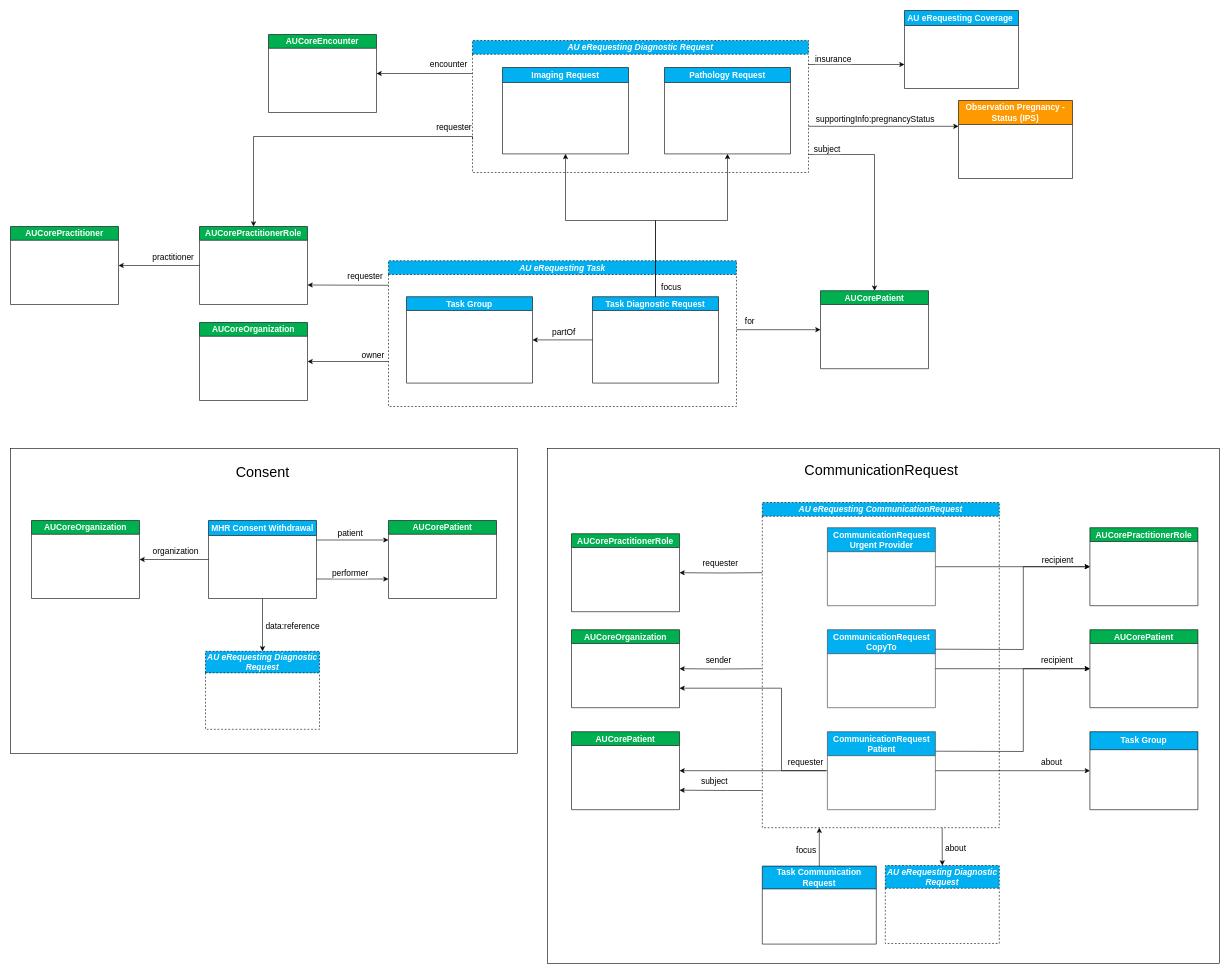
hl7au/au-fhir-erequesting keeps this draw.io diagram as page "entity relationship diagram (conceptual)" (1 of 4) of input/images-source/au-erequesting-profiles.drawio. Above is the earlier version. Source tidied: cells renumbered, new cells numbered last; positions are measured from the earlier drawing's top-left corner, leaving out a move shared by most shapes. Both pictures are drawn from the tidied source at 60%, with x=0, y=0 at pixel (10, 10).
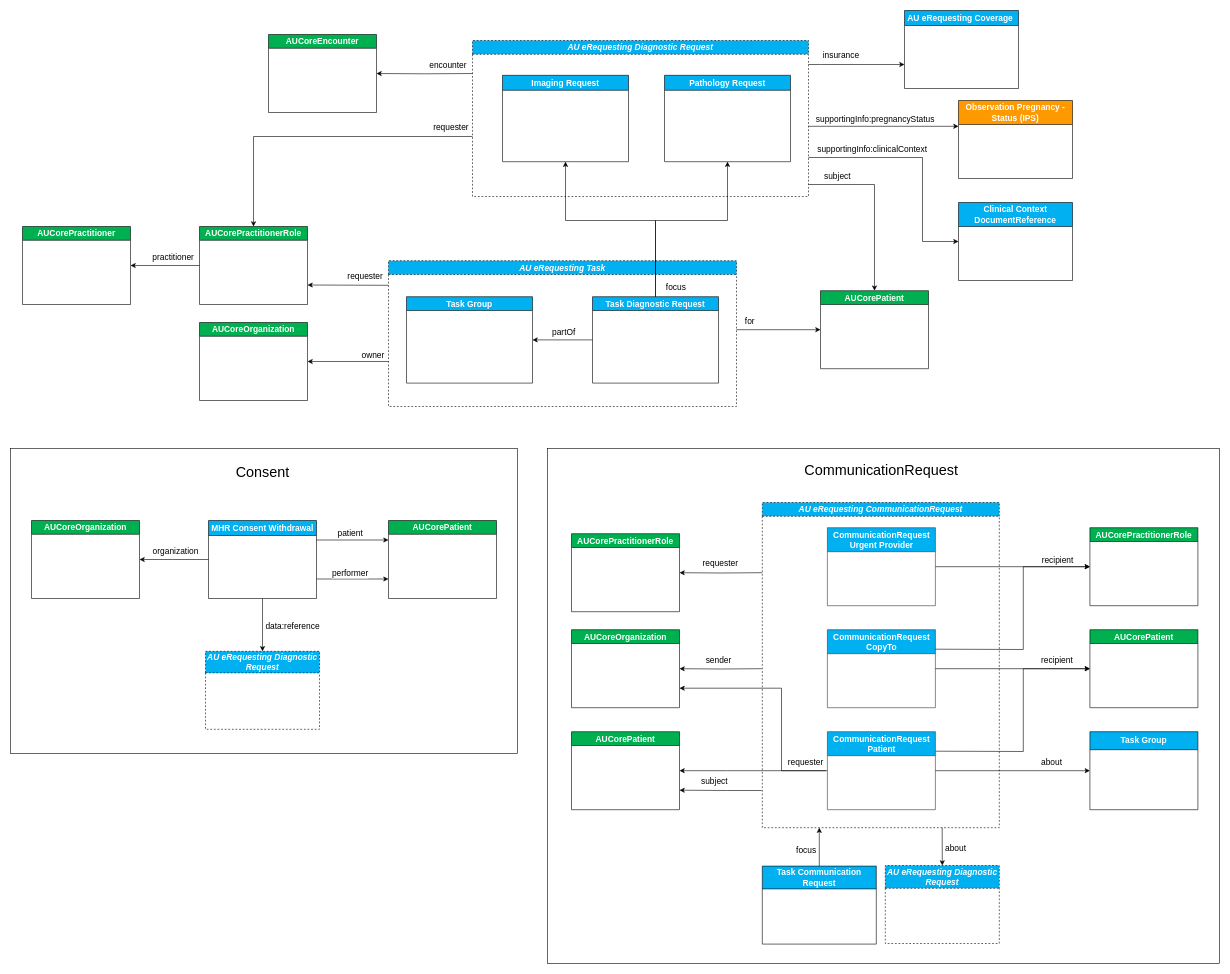
After the change.

Commit message (it also covers changes not shown here):
added Clinical Context DocumentReference to the profiles diagram

Unchanged cells that the change refers to:
```xml
<mxCell id="58" style="edgeStyle=orthogonalEdgeStyle;rounded=0;orthogonalLoop=1;jettySize=auto;html=1;entryX=0;entryY=0.75;entryDx=0;entryDy=0;" parent="52" edge="1">
  <mxGeometry relative="1" as="geometry">
    <mxPoint x="1330" y="90" as="sourcePoint" />
    <mxPoint x="1490" y="90" as="targetPoint" />
    <Array as="points">
      <mxPoint x="1350" y="90" />
      <mxPoint x="1350" y="90" />
    </Array>
  </mxGeometry>
</mxCell>
<mxCell id="67" value="&lt;font style=&quot;font-size: 14px;&quot;&gt;AUCorePatient&lt;/font&gt;" style="swimlane;whiteSpace=wrap;html=1;fillColor=#00b050;fontColor=#FFFFFF;" parent="52" vertex="1">
  <mxGeometry x="1350" y="467" width="180" height="130" as="geometry" />
</mxCell>
<mxCell id="68" style="edgeStyle=orthogonalEdgeStyle;rounded=0;jettySize=auto;html=1;entryX=1;entryY=0.5;entryDx=0;entryDy=0;" parent="52" edge="1" source="70" target="88">
  <mxGeometry relative="1" as="geometry" />
</mxCell>
<mxCell id="70" value="&lt;font style=&quot;font-size: 14px;&quot;&gt;AUCorePractitionerRole&lt;/font&gt;" style="swimlane;whiteSpace=wrap;html=1;fillColor=#00b050;fontColor=#FFFFFF;" parent="52" vertex="1">
  <mxGeometry x="315" y="360" width="180" height="130" as="geometry" />
</mxCell>
<mxCell id="85" value="&lt;font style=&quot;font-size: 14px;&quot;&gt;AUCoreEncounter&lt;/font&gt;" style="swimlane;whiteSpace=wrap;html=1;fillColor=#00b050;fontColor=#FFFFFF;snapToPoint=0;" parent="52" vertex="1">
  <mxGeometry x="430" y="40" width="180" height="130" as="geometry" />
</mxCell>
```

What changed in the source:
```diff
@@
     <mxCell id="52" style="group;" parent="1" vertex="1">
-      <mxGeometry width="1770" height="660" as="geometry" />
+      <mxGeometry width="1910" height="660" as="geometry" />
     </mxCell>
@@
     <mxCell id="59" value="&lt;font style=&quot;font-size: 14px;&quot;&gt;insurance&lt;/font&gt;" style="edgeLabel;html=1;align=center;verticalAlign=middle;" parent="58" vertex="1">
       <mxGeometry x="-0.3" y="-2" relative="1" as="geometry">
-        <mxPoint x="-16" y="-12" as="offset" />
+        <mxPoint x="-3" y="-19" as="offset" />
       </mxGeometry>
     </mxCell>
-    <mxCell id="60" style="edgeStyle=orthogonalEdgeStyle;rounded=0;jettySize=auto;html=1;entryX=1;entryY=0.5;entryDx=0;entryDy=0;exitX=0;exitY=0.25;exitDx=0;exitDy=0;" parent="52" edge="1" source="64" target="85">
-      <mxGeometry relative="1" as="geometry" />
+    <mxCell id="60" style="edgeStyle=orthogonalEdgeStyle;rounded=0;jettySize=auto;html=1;entryX=1;entryY=0.5;entryDx=0;entryDy=0;" parent="52" edge="1" target="85">
+      <mxGeometry relative="1" as="geometry">
+        <mxPoint x="770" y="105" as="sourcePoint" />
+      </mxGeometry>
     </mxCell>
@@
+    <mxCell id="89" style="edgeStyle=orthogonalEdgeStyle;rounded=0;jettySize=auto;html=1;entryX=0;entryY=0.5;entryDx=0;entryDy=0;exitX=1;exitY=0.75;exitDx=0;exitDy=0;" parent="52" edge="1" source="64" target="91">
+      <mxGeometry relative="1" as="geometry">
+        <Array as="points">
+          <mxPoint x="1520" y="245" />
+          <mxPoint x="1520" y="385" />
+        </Array>
+      </mxGeometry>
+    </mxCell>
+    <mxCell id="90" value="&lt;font style=&quot;font-size: 14px;&quot;&gt;supportingInfo:clinicalContext&lt;/font&gt;" style="edgeLabel;html=1;align=center;verticalAlign=middle;" parent="89" vertex="1">
+      <mxGeometry x="-0.71" y="4" relative="1" as="geometry">
+        <mxPoint x="48" y="-11" as="offset" />
+      </mxGeometry>
+    </mxCell>
     <mxCell id="64" value="&lt;i&gt;&lt;font style=&quot;font-size: 14px;&quot;&gt;AU eRequesting Diagnostic Request&lt;/font&gt;&lt;/i&gt;" style="swimlane;whiteSpace=wrap;html=1;startSize=23;fillColor=#00B0F0;fontColor=#FFFFFF;strokeColor=#000000;dashed=1;" parent="52" vertex="1">
-      <mxGeometry x="770" y="50" width="560" height="220" as="geometry" />
+      <mxGeometry x="770" y="50" width="560" height="260" as="geometry" />
     </mxCell>
     <mxCell id="65" value="&lt;font style=&quot;font-size: 14px;&quot;&gt;Pathology Request&lt;/font&gt;" style="swimlane;whiteSpace=wrap;html=1;fillColor=#00B0F0;fontColor=#FFFFFF;startSize=25;verticalAlign=middle;" parent="64" vertex="1">
-      <mxGeometry x="320" y="45" width="210" height="144" as="geometry" />
+      <mxGeometry x="320" y="58" width="210" height="144" as="geometry" />
     </mxCell>
     <mxCell id="66" value="&lt;font style=&quot;font-size: 14px;&quot;&gt;Imaging Request&lt;/font&gt;" style="swimlane;whiteSpace=wrap;html=1;fillColor=#00B0F0;fontColor=#FFFFFF;startSize=25;" parent="64" vertex="1">
-      <mxGeometry x="50" y="45" width="210" height="144" as="geometry" />
+      <mxGeometry x="50" y="58" width="210" height="144" as="geometry" />
     </mxCell>
@@
     <mxCell id="69" value="&lt;font style=&quot;font-size: 14px;&quot;&gt;practitioner&lt;/font&gt;" style="edgeLabel;html=1;align=center;verticalAlign=middle;" parent="68" vertex="1">
       <mxGeometry x="-0.14" y="-1" relative="1" as="geometry">
-        <mxPoint x="13" y="-14" as="offset" />
+        <mxPoint x="4" y="-14" as="offset" />
       </mxGeometry>
     </mxCell>
@@
     <mxCell id="71" style="rounded=0;jettySize=auto;html=1;edgeStyle=elbowEdgeStyle;entryX=0.5;entryY=0;entryDx=0;entryDy=0;elbow=vertical;jumpStyle=arc;" parent="52" edge="1" target="67">
       <mxGeometry relative="1" as="geometry">
-        <mxPoint x="1330" y="240" as="sourcePoint" />
+        <mxPoint x="1330" y="290" as="sourcePoint" />
         <Array as="points">
-          <mxPoint x="1390" y="240" />
+          <mxPoint x="1380" y="290" />
         </Array>
       </mxGeometry>
     </mxCell>
     <mxCell id="72" value="&lt;font style=&quot;font-size: 14px;&quot;&gt;subject&lt;/font&gt;" style="edgeLabel;html=1;align=center;verticalAlign=middle;" parent="71" vertex="1">
       <mxGeometry x="-0.57" y="-2" relative="1" as="geometry">
-        <mxPoint x="-42" y="-12" as="offset" />
+        <mxPoint x="-15" y="-17" as="offset" />
       </mxGeometry>
     </mxCell>
-    <mxCell id="73" style="rounded=0;jettySize=auto;html=1;edgeStyle=elbowEdgeStyle;elbow=vertical;entryX=0.5;entryY=0;entryDx=0;entryDy=0;jumpStyle=arc;exitX=0;exitY=0.75;exitDx=0;exitDy=0;" parent="52" edge="1" source="64" target="70">
+    <mxCell id="73" style="rounded=0;jettySize=auto;html=1;edgeStyle=elbowEdgeStyle;elbow=vertical;entryX=0.5;entryY=0;entryDx=0;entryDy=0;jumpStyle=arc;" parent="52" edge="1" target="70">
       <mxGeometry relative="1" as="geometry">
+        <mxPoint x="770" y="210" as="sourcePoint" />
         <Array as="points">
           <mxPoint x="540" y="210" />
           <mxPoint x="600" y="215" />
         </Array>
       </mxGeometry>
     </mxCell>
@@
     <mxCell id="88" value="&lt;font style=&quot;font-size: 14px;&quot;&gt;AUCorePractitioner&lt;/font&gt;" style="swimlane;whiteSpace=wrap;html=1;fillColor=#00b050;fontColor=#FFFFFF;" parent="52" vertex="1">
-      <mxGeometry y="360" width="180" height="130" as="geometry" />
+      <mxGeometry x="20" y="360" width="180" height="130" as="geometry" />
     </mxCell>
+    <mxCell id="91" value="&lt;div&gt;&lt;font style=&quot;font-size: 14px;&quot;&gt;Clinical Context DocumentReference&lt;/font&gt;&lt;/div&gt;" style="swimlane;whiteSpace=wrap;html=1;fillColor=#00B0F0;fontColor=#FFFFFF;startSize=40;verticalAlign=middle;" parent="52" vertex="1">
+      <mxGeometry x="1580" y="320" width="190" height="130" as="geometry" />
+    </mxCell>
```
